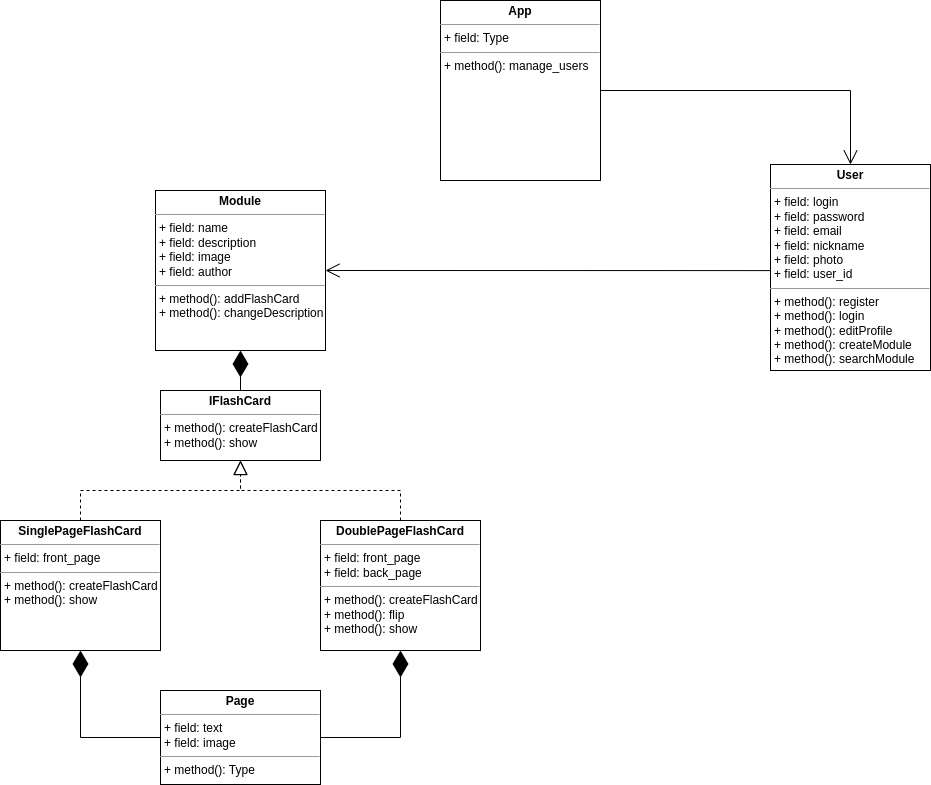
Above: ProjectClassDiagram.drawio.png in andrw04/oop-project-2023 (draw.io), before the change. Source tidied: cells renumbered, new cells last; positions are measured from the earlier drawing's top-left corner, leaving out a move shared by most shapes.
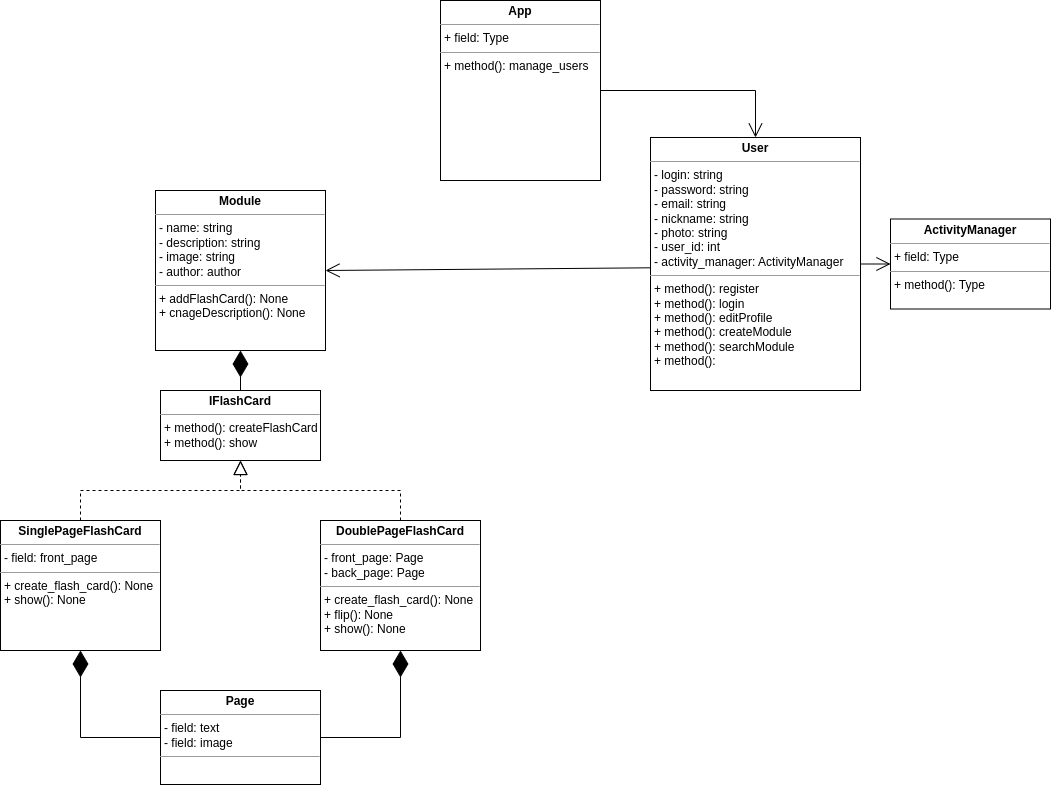
After the commit.

Commit message:
Changed class-diagram

Change to the diagram source:
```diff
@@ -5,22 +5,22 @@
     <mxCell id="2" value="&lt;p style=&quot;margin:0px;margin-top:4px;text-align:center;&quot;&gt;&lt;b&gt;IFlashCard&lt;/b&gt;&lt;/p&gt;&lt;hr size=&quot;1&quot;&gt;&lt;p style=&quot;margin:0px;margin-left:4px;&quot;&gt;+ method(): createFlashCard&lt;/p&gt;&lt;p style=&quot;margin:0px;margin-left:4px;&quot;&gt;+ method(): show&lt;/p&gt;" style="verticalAlign=top;align=left;overflow=fill;fontSize=12;fontFamily=Helvetica;html=1;whiteSpace=wrap;" parent="1" vertex="1">
       <mxGeometry x="160" y="390" width="160" height="70" as="geometry" />
     </mxCell>
-    <mxCell id="3" value="&lt;p style=&quot;margin:0px;margin-top:4px;text-align:center;&quot;&gt;&lt;b&gt;SinglePageFlashCard&lt;/b&gt;&lt;br&gt;&lt;/p&gt;&lt;hr size=&quot;1&quot;&gt;&lt;p style=&quot;margin:0px;margin-left:4px;&quot;&gt;+ field: front_page&lt;/p&gt;&lt;hr size=&quot;1&quot;&gt;&lt;p style=&quot;margin:0px;margin-left:4px;&quot;&gt;+ method(): createFlashCard&lt;/p&gt;&lt;p style=&quot;margin:0px;margin-left:4px;&quot;&gt;+ method(): show&lt;/p&gt;" style="verticalAlign=top;align=left;overflow=fill;fontSize=12;fontFamily=Helvetica;html=1;whiteSpace=wrap;" parent="1" vertex="1">
+    <mxCell id="3" value="&lt;p style=&quot;margin:0px;margin-top:4px;text-align:center;&quot;&gt;&lt;b&gt;SinglePageFlashCard&lt;/b&gt;&lt;br&gt;&lt;/p&gt;&lt;hr size=&quot;1&quot;&gt;&lt;p style=&quot;margin:0px;margin-left:4px;&quot;&gt;- field: front_page&lt;/p&gt;&lt;hr size=&quot;1&quot;&gt;&lt;p style=&quot;margin:0px;margin-left:4px;&quot;&gt;+ create_flash_card(): None&lt;/p&gt;&lt;p style=&quot;margin:0px;margin-left:4px;&quot;&gt;+ show(): None&lt;/p&gt;" style="verticalAlign=top;align=left;overflow=fill;fontSize=12;fontFamily=Helvetica;html=1;whiteSpace=wrap;" parent="1" vertex="1">
       <mxGeometry y="520" width="160" height="130" as="geometry" />
     </mxCell>
-    <mxCell id="4" value="&lt;p style=&quot;margin:0px;margin-top:4px;text-align:center;&quot;&gt;&lt;b&gt;DoublePageFlashCard&lt;/b&gt;&lt;br&gt;&lt;/p&gt;&lt;hr size=&quot;1&quot;&gt;&lt;p style=&quot;margin:0px;margin-left:4px;&quot;&gt;+ field: front_page&lt;br&gt;+ field: back_page&lt;/p&gt;&lt;hr size=&quot;1&quot;&gt;&lt;p style=&quot;margin:0px;margin-left:4px;&quot;&gt;+ method(): createFlashCard&lt;/p&gt;&lt;p style=&quot;margin:0px;margin-left:4px;&quot;&gt;+ method(): flip&lt;/p&gt;&lt;p style=&quot;margin:0px;margin-left:4px;&quot;&gt;+ method(): show&lt;/p&gt;" style="verticalAlign=top;align=left;overflow=fill;fontSize=12;fontFamily=Helvetica;html=1;whiteSpace=wrap;" parent="1" vertex="1">
+    <mxCell id="4" value="&lt;p style=&quot;margin:0px;margin-top:4px;text-align:center;&quot;&gt;&lt;b&gt;DoublePageFlashCard&lt;/b&gt;&lt;br&gt;&lt;/p&gt;&lt;hr size=&quot;1&quot;&gt;&lt;p style=&quot;margin:0px;margin-left:4px;&quot;&gt;- front_page: Page&lt;br&gt;- back_page: Page&lt;/p&gt;&lt;hr size=&quot;1&quot;&gt;&lt;p style=&quot;margin:0px;margin-left:4px;&quot;&gt;+ create_flash_card(): None&amp;nbsp;&lt;/p&gt;&lt;p style=&quot;margin:0px;margin-left:4px;&quot;&gt;+ flip(): None&lt;/p&gt;&lt;p style=&quot;margin:0px;margin-left:4px;&quot;&gt;+ show(): None&lt;/p&gt;" style="verticalAlign=top;align=left;overflow=fill;fontSize=12;fontFamily=Helvetica;html=1;whiteSpace=wrap;" parent="1" vertex="1">
       <mxGeometry x="320" y="520" width="160" height="130" as="geometry" />
     </mxCell>
-    <mxCell id="5" value="&lt;p style=&quot;margin:0px;margin-top:4px;text-align:center;&quot;&gt;&lt;b&gt;User&lt;/b&gt;&lt;br&gt;&lt;/p&gt;&lt;hr size=&quot;1&quot;&gt;&lt;p style=&quot;margin:0px;margin-left:4px;&quot;&gt;+ field: login&lt;br&gt;+ field: password&lt;/p&gt;&lt;p style=&quot;margin:0px;margin-left:4px;&quot;&gt;+ field: email&lt;/p&gt;&lt;p style=&quot;margin:0px;margin-left:4px;&quot;&gt;+ field: nickname&lt;/p&gt;&lt;p style=&quot;margin:0px;margin-left:4px;&quot;&gt;+ field: photo&lt;br&gt;+ field: user_id&lt;/p&gt;&lt;hr size=&quot;1&quot;&gt;&lt;p style=&quot;margin:0px;margin-left:4px;&quot;&gt;+ method(): register&lt;/p&gt;&lt;p style=&quot;margin:0px;margin-left:4px;&quot;&gt;+ method(): login&lt;/p&gt;&lt;p style=&quot;margin:0px;margin-left:4px;&quot;&gt;+ method(): editProfile&lt;/p&gt;&lt;p style=&quot;margin:0px;margin-left:4px;&quot;&gt;+ method(): createModule&lt;/p&gt;&lt;p style=&quot;margin:0px;margin-left:4px;&quot;&gt;+ method(): searchModule&lt;/p&gt;" style="verticalAlign=top;align=left;overflow=fill;fontSize=12;fontFamily=Helvetica;html=1;whiteSpace=wrap;" parent="1" vertex="1">
-      <mxGeometry x="770" y="164" width="160" height="206" as="geometry" />
+    <mxCell id="5" value="&lt;p style=&quot;margin:0px;margin-top:4px;text-align:center;&quot;&gt;&lt;b&gt;User&lt;/b&gt;&lt;br&gt;&lt;/p&gt;&lt;hr size=&quot;1&quot;&gt;&lt;p style=&quot;margin:0px;margin-left:4px;&quot;&gt;- login: string&lt;br&gt;- password: string&lt;/p&gt;&lt;p style=&quot;margin:0px;margin-left:4px;&quot;&gt;- email: string&lt;/p&gt;&lt;p style=&quot;margin:0px;margin-left:4px;&quot;&gt;- nickname: string&lt;/p&gt;&lt;p style=&quot;margin:0px;margin-left:4px;&quot;&gt;- photo: string&lt;br&gt;- user_id: int&lt;/p&gt;&lt;p style=&quot;margin:0px;margin-left:4px;&quot;&gt;- activity_manager: ActivityManager&lt;/p&gt;&lt;hr size=&quot;1&quot;&gt;&lt;p style=&quot;margin:0px;margin-left:4px;&quot;&gt;+ method(): register&lt;/p&gt;&lt;p style=&quot;margin:0px;margin-left:4px;&quot;&gt;+ method(): login&lt;/p&gt;&lt;p style=&quot;margin:0px;margin-left:4px;&quot;&gt;+ method(): editProfile&lt;/p&gt;&lt;p style=&quot;margin:0px;margin-left:4px;&quot;&gt;+ method(): createModule&lt;/p&gt;&lt;p style=&quot;margin:0px;margin-left:4px;&quot;&gt;+ method(): searchModule&lt;/p&gt;&lt;p style=&quot;margin:0px;margin-left:4px;&quot;&gt;+ method():&lt;/p&gt;" style="verticalAlign=top;align=left;overflow=fill;fontSize=12;fontFamily=Helvetica;html=1;whiteSpace=wrap;" parent="1" vertex="1">
+      <mxGeometry x="650" y="137" width="210" height="253" as="geometry" />
     </mxCell>
     <mxCell id="6" value="&lt;p style=&quot;margin:0px;margin-top:4px;text-align:center;&quot;&gt;&lt;b&gt;App&lt;/b&gt;&lt;br&gt;&lt;/p&gt;&lt;hr size=&quot;1&quot;&gt;&lt;p style=&quot;margin:0px;margin-left:4px;&quot;&gt;+ field: Type&lt;/p&gt;&lt;hr size=&quot;1&quot;&gt;&lt;p style=&quot;margin:0px;margin-left:4px;&quot;&gt;+ method(): manage_users&lt;/p&gt;" style="verticalAlign=top;align=left;overflow=fill;fontSize=12;fontFamily=Helvetica;html=1;whiteSpace=wrap;" parent="1" vertex="1">
       <mxGeometry x="440" width="160" height="180" as="geometry" />
     </mxCell>
-    <mxCell id="7" value="&lt;p style=&quot;margin:0px;margin-top:4px;text-align:center;&quot;&gt;&lt;b&gt;Module&lt;/b&gt;&lt;/p&gt;&lt;hr size=&quot;1&quot;&gt;&lt;p style=&quot;margin:0px;margin-left:4px;&quot;&gt;+ field: name&lt;br&gt;+ field: description&lt;/p&gt;&lt;p style=&quot;margin:0px;margin-left:4px;&quot;&gt;+ field: image&lt;/p&gt;&lt;p style=&quot;margin:0px;margin-left:4px;&quot;&gt;+ field: author&lt;/p&gt;&lt;hr size=&quot;1&quot;&gt;&lt;p style=&quot;margin:0px;margin-left:4px;&quot;&gt;+ method(): addFlashCard&lt;/p&gt;&lt;p style=&quot;margin:0px;margin-left:4px;&quot;&gt;+ method(): changeDescription&lt;/p&gt;" style="verticalAlign=top;align=left;overflow=fill;fontSize=12;fontFamily=Helvetica;html=1;whiteSpace=wrap;" parent="1" vertex="1">
+    <mxCell id="7" value="&lt;p style=&quot;margin:0px;margin-top:4px;text-align:center;&quot;&gt;&lt;b&gt;Module&lt;/b&gt;&lt;/p&gt;&lt;hr size=&quot;1&quot;&gt;&lt;p style=&quot;margin:0px;margin-left:4px;&quot;&gt;- name: string&lt;br&gt;- description: string&lt;/p&gt;&lt;p style=&quot;margin:0px;margin-left:4px;&quot;&gt;- image: string&lt;/p&gt;&lt;p style=&quot;margin:0px;margin-left:4px;&quot;&gt;- author: author&lt;/p&gt;&lt;hr size=&quot;1&quot;&gt;&lt;p style=&quot;margin:0px;margin-left:4px;&quot;&gt;+ addFlashCard(): None&lt;/p&gt;&lt;p style=&quot;margin:0px;margin-left:4px;&quot;&gt;+ cnageDescription(): None&lt;/p&gt;" style="verticalAlign=top;align=left;overflow=fill;fontSize=12;fontFamily=Helvetica;html=1;whiteSpace=wrap;" parent="1" vertex="1">
       <mxGeometry x="155" y="190" width="170" height="160" as="geometry" />
     </mxCell>
-    <mxCell id="8" value="&lt;p style=&quot;margin:0px;margin-top:4px;text-align:center;&quot;&gt;&lt;b&gt;Page&lt;/b&gt;&lt;/p&gt;&lt;hr size=&quot;1&quot;&gt;&lt;p style=&quot;margin:0px;margin-left:4px;&quot;&gt;+ field: text&lt;br&gt;+ field: image&lt;/p&gt;&lt;hr size=&quot;1&quot;&gt;&lt;p style=&quot;margin:0px;margin-left:4px;&quot;&gt;+ method(): Type&lt;/p&gt;" style="verticalAlign=top;align=left;overflow=fill;fontSize=12;fontFamily=Helvetica;html=1;whiteSpace=wrap;" parent="1" vertex="1">
+    <mxCell id="8" value="&lt;p style=&quot;margin:0px;margin-top:4px;text-align:center;&quot;&gt;&lt;b&gt;Page&lt;/b&gt;&lt;/p&gt;&lt;hr size=&quot;1&quot;&gt;&lt;p style=&quot;margin:0px;margin-left:4px;&quot;&gt;- field: text&lt;br&gt;- field: image&lt;/p&gt;&lt;hr size=&quot;1&quot;&gt;&lt;p style=&quot;margin:0px;margin-left:4px;&quot;&gt;&lt;br&gt;&lt;/p&gt;" style="verticalAlign=top;align=left;overflow=fill;fontSize=12;fontFamily=Helvetica;html=1;whiteSpace=wrap;" parent="1" vertex="1">
       <mxGeometry x="160" y="690" width="160" height="94" as="geometry" />
     </mxCell>
     <mxCell id="9" style="endArrow=block;dashed=1;endFill=0;endSize=12;html=1;rounded=0;exitX=0.5;exitY=0;exitDx=0;exitDy=0;entryX=0.5;entryY=1;entryDx=0;entryDy=0;" parent="1" edge="1" source="4" target="2">
@@ -62,9 +62,15 @@
     <mxCell id="15" style="endArrow=open;endFill=1;endSize=12;html=1;rounded=0;exitX=1;exitY=0.5;exitDx=0;exitDy=0;entryX=0.5;entryY=0;entryDx=0;entryDy=0;" parent="1" edge="1" source="6" target="5">
       <mxGeometry relative="1" as="geometry">
         <Array as="points">
-          <mxPoint x="850" y="90" />
+          <mxPoint x="755" y="90" />
         </Array>
       </mxGeometry>
     </mxCell>
+    <mxCell id="16" value="&lt;p style=&quot;margin:0px;margin-top:4px;text-align:center;&quot;&gt;&lt;b&gt;ActivityManager&lt;/b&gt;&lt;/p&gt;&lt;hr size=&quot;1&quot;&gt;&lt;p style=&quot;margin:0px;margin-left:4px;&quot;&gt;+ field: Type&lt;/p&gt;&lt;hr size=&quot;1&quot;&gt;&lt;p style=&quot;margin:0px;margin-left:4px;&quot;&gt;+ method(): Type&lt;/p&gt;" style="verticalAlign=top;align=left;overflow=fill;fontSize=12;fontFamily=Helvetica;html=1;whiteSpace=wrap;" parent="1" vertex="1">
+      <mxGeometry x="890" y="218.5" width="160" height="90" as="geometry" />
+    </mxCell>
+    <mxCell id="17" style="endArrow=open;endFill=1;endSize=12;html=1;rounded=0;exitX=1;exitY=0.5;exitDx=0;exitDy=0;entryX=0;entryY=0.5;entryDx=0;entryDy=0;" parent="1" edge="1" source="5" target="16">
+      <mxGeometry relative="1" as="geometry" />
+    </mxCell>
   </root>
 </mxGraphModel>
```
